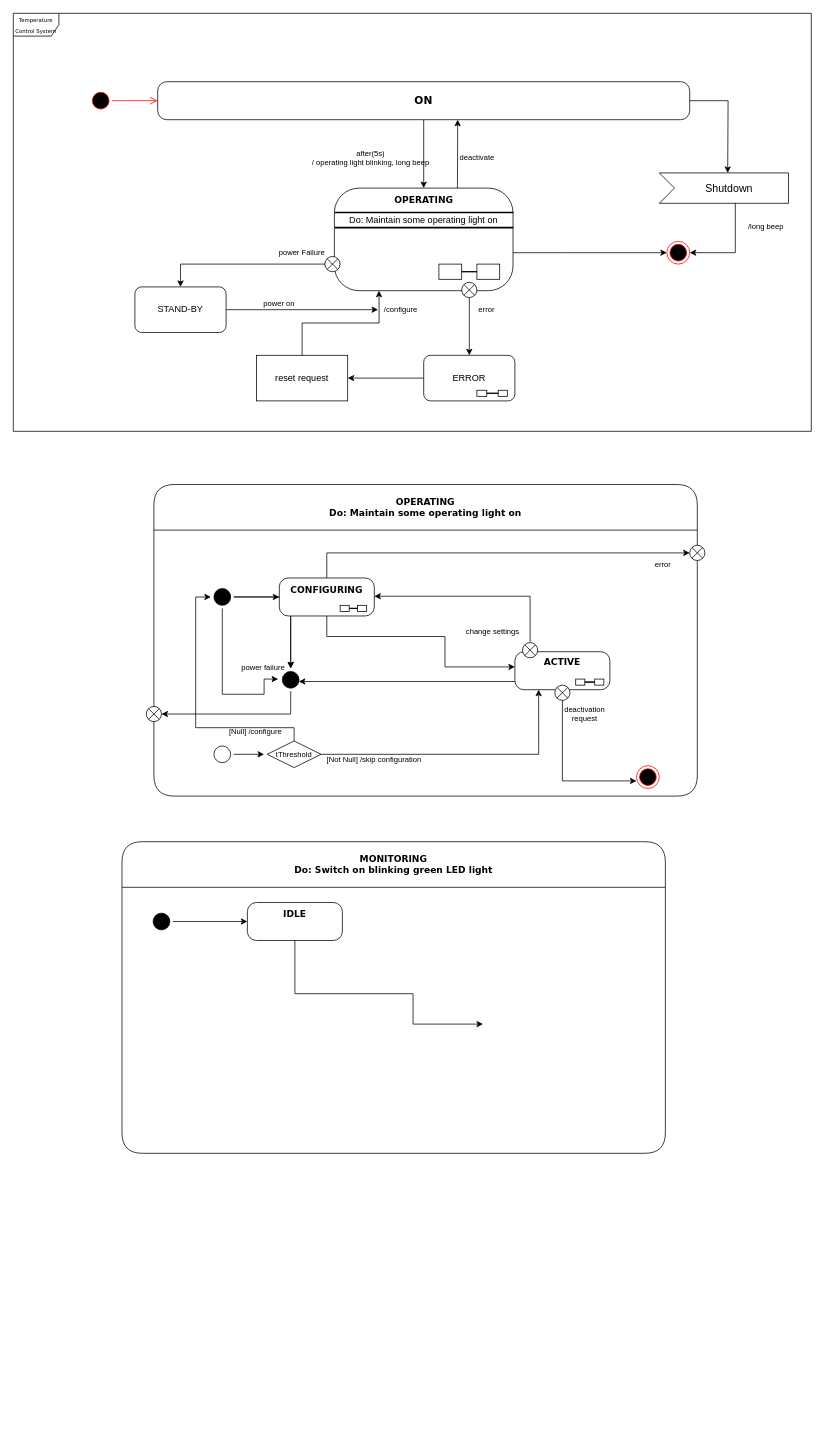
Before: temp_co2_control_system.drawio in OZiad/UML_State_Machine_331, a draw.io diagram. Source tidied: cells renumbered, new cells numbered last; positions are measured from the earlier drawing's top-left corner, leaving out a move shared by most shapes. Both pictures are drawn from the tidied source at 76%, with x=0, y=0 at pixel (13, 13).
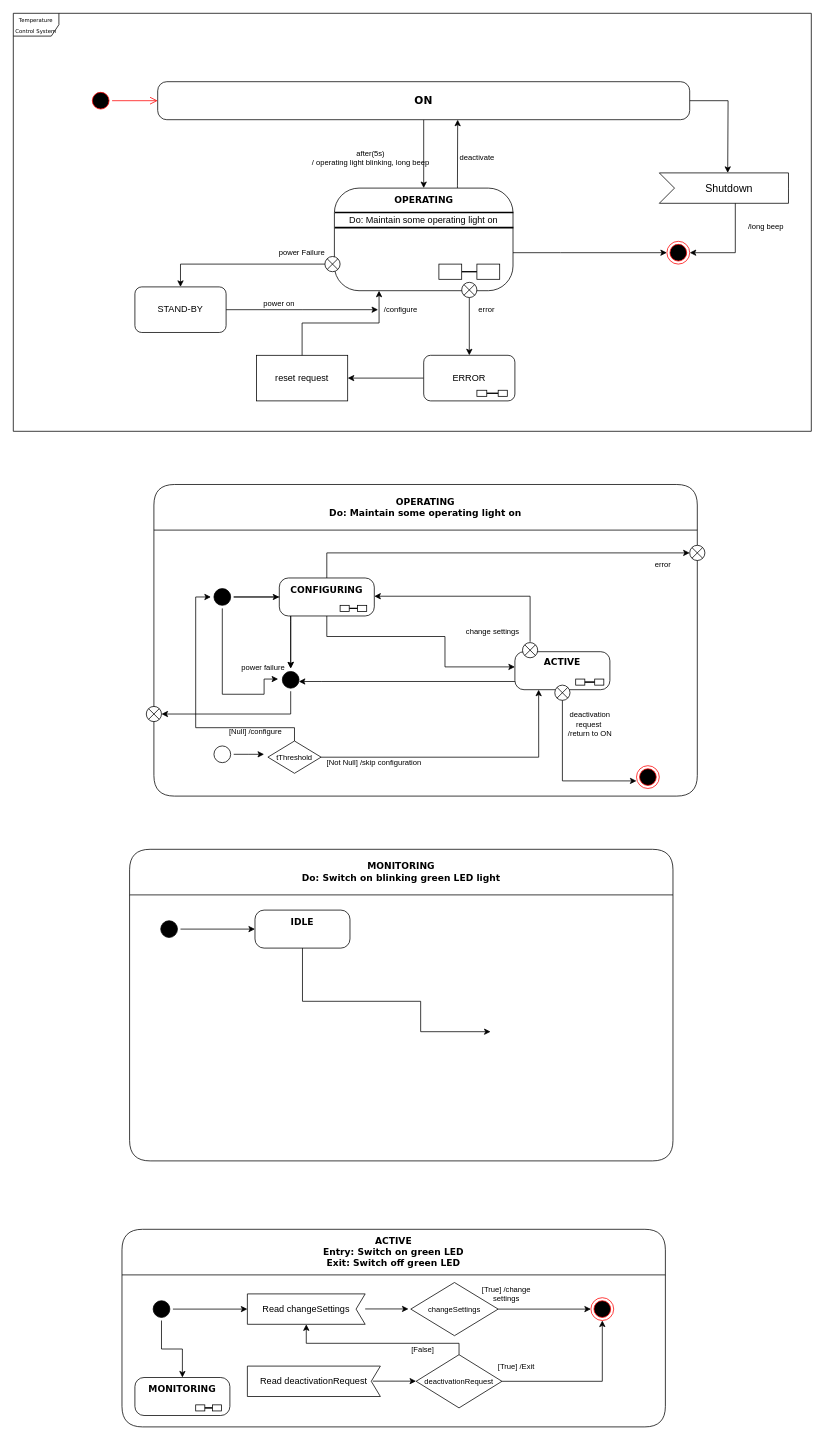
After the change.

Commit message:
Implement Active state

The change refers to these unchanged cells:
```xml
<mxCell id="2" value="OPERATING&lt;br&gt;Do: Maintain some operating light on" style="swimlane;whiteSpace=wrap;html=1;rounded=1;shadow=0;comic=0;labelBackgroundColor=none;strokeWidth=1;fontFamily=Verdana;fontSize=12;align=center;startSize=60;" parent="1" vertex="1">
  <mxGeometry x="185" y="620" width="715" height="410" as="geometry" />
</mxCell>
<mxCell id="79" value="&lt;span style=&quot;font-size: 14px;&quot;&gt;&lt;b style=&quot;font-size: 12px;&quot;&gt;IDLE&lt;/b&gt;&lt;/span&gt;" style="rounded=1;whiteSpace=wrap;html=1;arcSize=24;shadow=0;comic=0;labelBackgroundColor=none;fontFamily=Verdana;fontSize=12;align=center;verticalAlign=top;horizontal=1;points=[[0,0,0,0,0],[0,0.25,0,0,0],[0,0.5,0,0,0],[0,0.75,0,0,0],[0,1,0,0,0],[0.25,0,0,0,0],[0.25,1,0,0,0],[0.5,0,0,0,0],[0.5,1,0,0,0],[0.75,0,0,0,0],[0.75,1,0,0,0],[1,0,0,0,0],[1,0.25,0,0,0],[1,0.5,0,0,0],[1,0.75,0,0,0],[1,1,0,0,0]];" parent="77" vertex="1">
  <mxGeometry x="165" y="80" width="125" height="50" as="geometry" />
</mxCell>
```

What changed in the source:
```diff
@@
-    <mxCell id="25" value="deactivation request" style="text;html=1;strokeColor=none;fillColor=none;align=center;verticalAlign=middle;whiteSpace=wrap;rounded=0;fontSize=10;" parent="2" vertex="1">
-      <mxGeometry x="528" y="287" width="78" height="30" as="geometry" />
+    <mxCell id="25" value="deactivation request&amp;nbsp;&lt;br&gt;/return to ON" style="text;html=1;strokeColor=none;fillColor=none;align=center;verticalAlign=middle;whiteSpace=wrap;rounded=0;fontSize=10;" parent="2" vertex="1">
+      <mxGeometry x="535" y="300" width="78" height="30" as="geometry" />
     </mxCell>
@@
     <mxCell id="33" value="tThreshold" style="rhombus;whiteSpace=wrap;html=1;fontSize=10;" parent="2" vertex="1">
-      <mxGeometry x="149" y="337.5" width="71" height="35" as="geometry" />
+      <mxGeometry x="150" y="337.5" width="70" height="42.5" as="geometry" />
     </mxCell>
@@
     <mxCell id="35" value="[Not Null] /skip configuration" style="text;html=1;strokeColor=none;fillColor=none;align=center;verticalAlign=middle;whiteSpace=wrap;rounded=0;fontSize=10;" parent="2" vertex="1">
-      <mxGeometry x="220" y="347" width="140" height="30" as="geometry" />
+      <mxGeometry x="220" y="350" width="140" height="30" as="geometry" />
     </mxCell>
@@
+    <mxCell id="82" value="ACTIVE&lt;br&gt;Entry: Switch on green LED&lt;br&gt;Exit: Switch off green LED" style="swimlane;whiteSpace=wrap;html=1;rounded=1;shadow=0;comic=0;labelBackgroundColor=none;strokeWidth=1;fontFamily=Verdana;fontSize=12;align=center;startSize=60;" parent="1" vertex="1">
+      <mxGeometry x="143" y="1600" width="715" height="260" as="geometry" />
+    </mxCell>
+    <mxCell id="83" style="ellipse;html=1;shape=startState;fillColor=#000000;strokeColor=#000000;rounded=1;shadow=0;comic=0;labelBackgroundColor=none;fontFamily=Verdana;fontSize=12;fontColor=#000000;align=center;direction=south;" parent="82" vertex="1">
+      <mxGeometry x="37" y="90" width="30" height="30" as="geometry" />
+    </mxCell>
+    <mxCell id="84" style="edgeStyle=orthogonalEdgeStyle;rounded=0;jettySize=auto;html=1;entryX=0;entryY=0.5;entryDx=0;entryDy=0;entryPerimeter=0;" parent="82" edge="1" source="83">
+      <mxGeometry relative="1" as="geometry">
+        <mxPoint x="165" y="105" as="targetPoint" />
+        <Array as="points">
+          <mxPoint x="165" y="105" />
+        </Array>
+      </mxGeometry>
+    </mxCell>
+    <mxCell id="85" style="edgeStyle=orthogonalEdgeStyle;rounded=0;orthogonalLoop=1;jettySize=auto;html=1;entryX=0;entryY=0.5;entryDx=0;entryDy=0;" parent="82" edge="1">
+      <mxGeometry relative="1" as="geometry">
+        <mxPoint x="320" y="104.8" as="sourcePoint" />
+        <mxPoint x="377" y="104.8" as="targetPoint" />
+      </mxGeometry>
+    </mxCell>
+    <mxCell id="86" value="Read changeSettings" style="shape=mxgraph.sysml.accEvent;flipH=1;whiteSpace=wrap;align=center;html=1;" parent="82" vertex="1">
+      <mxGeometry x="165" y="85" width="155" height="40" as="geometry" />
+    </mxCell>
+    <mxCell id="87" value="&lt;span style=&quot;font-size: 14px;&quot;&gt;&lt;b style=&quot;font-size: 12px;&quot;&gt;MONITORING&lt;/b&gt;&lt;/span&gt;" style="rounded=1;whiteSpace=wrap;html=1;arcSize=24;shadow=0;comic=0;labelBackgroundColor=none;fontFamily=Verdana;fontSize=12;align=center;verticalAlign=top;horizontal=1;points=[[0,0,0,0,0],[0,0.25,0,0,0],[0,0.5,0,0,0],[0,0.75,0,0,0],[0,1,0,0,0],[0.25,0,0,0,0],[0.25,1,0,0,0],[0.5,0,0,0,0],[0.5,1,0,0,0],[0.75,0,0,0,0],[0.75,1,0,0,0],[1,0,0,0,0],[1,0.25,0,0,0],[1,0.5,0,0,0],[1,0.75,0,0,0],[1,1,0,0,0]];" parent="82" vertex="1">
+      <mxGeometry x="17" y="195" width="125" height="50" as="geometry" />
+    </mxCell>
+    <mxCell id="88" style="edgeStyle=orthogonalEdgeStyle;rounded=0;jettySize=auto;html=1;entryX=0.5;entryY=0;entryDx=0;entryDy=0;entryPerimeter=0;" parent="82" edge="1" source="83" target="87">
+      <mxGeometry relative="1" as="geometry" />
+    </mxCell>
+    <mxCell id="89" style="edgeStyle=orthogonalEdgeStyle;rounded=0;jettySize=auto;html=1;entryX=0;entryY=0.5;entryDx=0;entryDy=0;endArrow=none;endFill=0;" parent="82" edge="1" source="90" target="91">
+      <mxGeometry relative="1" as="geometry" />
+    </mxCell>
+    <mxCell id="90" style="rounded=0;whiteSpace=wrap;html=1;" parent="82" vertex="1">
+      <mxGeometry x="97" y="231" width="12" height="8" as="geometry" />
+    </mxCell>
+    <mxCell id="91" style="rounded=0;whiteSpace=wrap;html=1;" parent="82" vertex="1">
+      <mxGeometry x="119" y="231" width="12" height="8" as="geometry" />
+    </mxCell>
+    <mxCell id="92" style="edgeStyle=orthogonalEdgeStyle;rounded=0;jettySize=auto;html=1;entryX=0;entryY=0.5;entryDx=0;entryDy=0;" parent="82" edge="1" source="93" target="94">
+      <mxGeometry relative="1" as="geometry" />
+    </mxCell>
+    <mxCell id="93" value="changeSettings" style="rhombus;whiteSpace=wrap;html=1;fontSize=10;" parent="82" vertex="1">
+      <mxGeometry x="380" y="70" width="115" height="70" as="geometry" />
+    </mxCell>
+    <mxCell id="94" style="ellipse;html=1;shape=endState;fillColor=#000000;strokeColor=#ff0000;rounded=1;shadow=0;comic=0;labelBackgroundColor=none;fontFamily=Verdana;fontSize=12;fontColor=#000000;align=center;" parent="82" vertex="1">
+      <mxGeometry x="617" y="90" width="30" height="30" as="geometry" />
+    </mxCell>
+    <mxCell id="95" value="[True] /change settings" style="text;html=1;strokeColor=none;fillColor=none;align=center;verticalAlign=middle;whiteSpace=wrap;rounded=0;fontSize=10;" parent="82" vertex="1">
+      <mxGeometry x="467" y="70" width="78" height="30" as="geometry" />
+    </mxCell>
+    <mxCell id="96" style="edgeStyle=orthogonalEdgeStyle;rounded=0;orthogonalLoop=1;jettySize=auto;html=1;entryX=0;entryY=0.5;entryDx=0;entryDy=0;" parent="82" edge="1">
+      <mxGeometry relative="1" as="geometry">
+        <mxPoint x="330" y="199.8" as="sourcePoint" />
+        <mxPoint x="387" y="199.8" as="targetPoint" />
+      </mxGeometry>
+    </mxCell>
+    <mxCell id="97" value="Read deactivationRequest" style="shape=mxgraph.sysml.accEvent;flipH=1;whiteSpace=wrap;align=center;html=1;" parent="82" vertex="1">
+      <mxGeometry x="165" y="180" width="175" height="40" as="geometry" />
+    </mxCell>
+    <mxCell id="98" style="edgeStyle=orthogonalEdgeStyle;rounded=0;jettySize=auto;html=1;entryX=0.5;entryY=1;entryDx=0;entryDy=0;" parent="82" edge="1" source="99" target="94">
+      <mxGeometry relative="1" as="geometry" />
+    </mxCell>
+    <mxCell id="99" value="deactivationRequest" style="rhombus;whiteSpace=wrap;html=1;fontSize=10;" parent="82" vertex="1">
+      <mxGeometry x="387" y="165" width="113" height="70" as="geometry" />
+    </mxCell>
+    <mxCell id="100" value="[True] /Exit" style="text;html=1;strokeColor=none;fillColor=none;align=center;verticalAlign=middle;whiteSpace=wrap;rounded=0;fontSize=10;" parent="82" vertex="1">
+      <mxGeometry x="480" y="165" width="78" height="30" as="geometry" />
+    </mxCell>
+    <mxCell id="101" style="edgeStyle=orthogonalEdgeStyle;rounded=0;jettySize=auto;html=1;entryX=0.5;entryY=1;entryDx=0;entryDy=0;entryPerimeter=0;" parent="82" edge="1" source="99" target="86">
+      <mxGeometry relative="1" as="geometry">
+        <Array as="points">
+          <mxPoint x="443" y="150" />
+          <mxPoint x="243" y="150" />
+        </Array>
+      </mxGeometry>
+    </mxCell>
+    <mxCell id="102" value="[False]" style="text;html=1;strokeColor=none;fillColor=none;align=center;verticalAlign=middle;whiteSpace=wrap;rounded=0;fontSize=10;" parent="82" vertex="1">
+      <mxGeometry x="357" y="143" width="78" height="30" as="geometry" />
+    </mxCell>
     <mxCell id="77" value="MONITORING&lt;br&gt;Do: Switch on blinking green LED light" style="swimlane;whiteSpace=wrap;html=1;rounded=1;shadow=0;comic=0;labelBackgroundColor=none;strokeWidth=1;fontFamily=Verdana;fontSize=12;align=center;startSize=60;" parent="1" vertex="1">
-      <mxGeometry x="143" y="1090" width="715" height="410" as="geometry" />
+      <mxGeometry x="153" y="1100" width="715" height="410" as="geometry" />
     </mxCell>
-    <mxCell id="78" style="ellipse;html=1;shape=startState;fillColor=#000000;strokeColor=#000000;rounded=1;shadow=0;comic=0;labelBackgroundColor=none;fontFamily=Verdana;fontSize=12;fontColor=#000000;align=center;direction=south;" parent="77" vertex="1">
-      <mxGeometry x="37" y="90" width="30" height="30" as="geometry" />
-    </mxCell>
+    <mxCell id="103" style="ellipse;html=1;shape=startState;fillColor=#000000;strokeColor=#000000;rounded=1;shadow=0;comic=0;labelBackgroundColor=none;fontFamily=Verdana;fontSize=12;fontColor=#000000;align=center;direction=south;" parent="77" vertex="1">
+      <mxGeometry x="37" y="90" width="30" height="30" as="geometry" />
+    </mxCell>
@@
-    <mxCell id="80" style="edgeStyle=orthogonalEdgeStyle;rounded=0;jettySize=auto;html=1;entryX=0;entryY=0.5;entryDx=0;entryDy=0;entryPerimeter=0;" parent="77" edge="1" source="78" target="79">
-      <mxGeometry relative="1" as="geometry">
-        <Array as="points">
-          <mxPoint x="165" y="105" />
-        </Array>
-      </mxGeometry>
-    </mxCell>
-    <mxCell id="81" style="edgeStyle=orthogonalEdgeStyle;rounded=0;jettySize=auto;html=1;entryX=0;entryY=0.4;entryDx=0;entryDy=0;entryPerimeter=0;" parent="77" edge="1" source="79">
-      <mxGeometry relative="1" as="geometry">
-        <mxPoint x="475" y="240" as="targetPoint" />
-        <Array as="points">
-          <mxPoint x="228" y="200" />
-          <mxPoint x="383" y="200" />
-          <mxPoint x="383" y="240" />
-        </Array>
-      </mxGeometry>
-    </mxCell>
+    <mxCell id="104" style="edgeStyle=orthogonalEdgeStyle;rounded=0;jettySize=auto;html=1;entryX=0;entryY=0.5;entryDx=0;entryDy=0;entryPerimeter=0;" parent="77" edge="1" source="103" target="79">
+      <mxGeometry relative="1" as="geometry">
+        <Array as="points">
+          <mxPoint x="165" y="105" />
+        </Array>
+      </mxGeometry>
+    </mxCell>
+    <mxCell id="105" style="edgeStyle=orthogonalEdgeStyle;rounded=0;jettySize=auto;html=1;entryX=0;entryY=0.4;entryDx=0;entryDy=0;entryPerimeter=0;" parent="77" edge="1" source="79">
+      <mxGeometry relative="1" as="geometry">
+        <mxPoint x="475" y="240" as="targetPoint" />
+        <Array as="points">
+          <mxPoint x="228" y="200" />
+          <mxPoint x="383" y="200" />
+          <mxPoint x="383" y="240" />
+        </Array>
+      </mxGeometry>
+    </mxCell>
```
